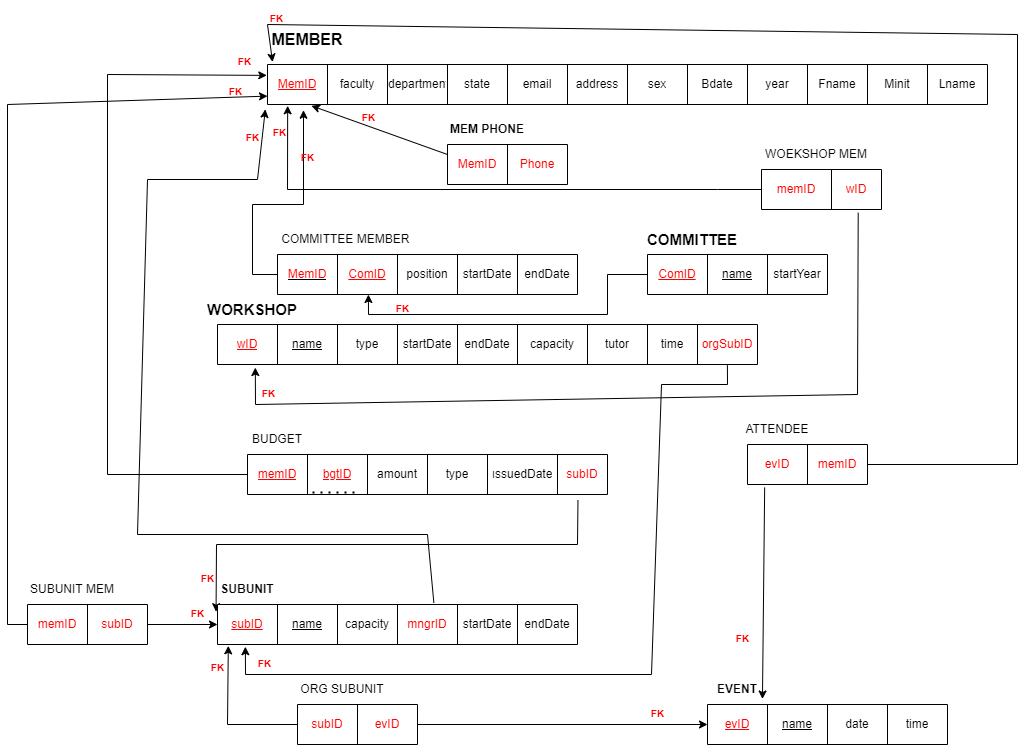
This is Diagrams/Schema.png from RadwanH/University-Club-Membership, a draw.io export, as it was before one commit. Source tidied: cells renumbered, new cells last; positions are measured from the earlier drawing's top-left corner, leaving out a move shared by most shapes.
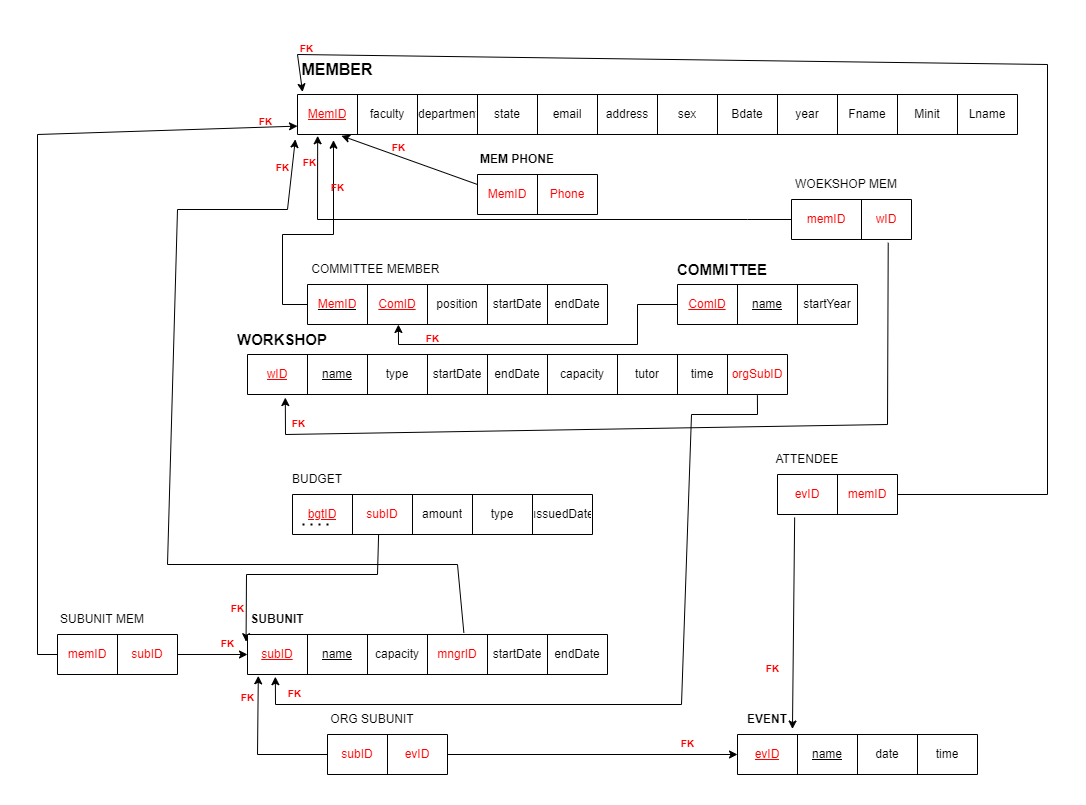
Above is the later version.

What changed in the source:
```diff
@@ -39,25 +39,14 @@
     <mxCell id="9" value="&lt;font style=&quot;font-size: 10px&quot;&gt;FK&lt;/font&gt;" style="text;strokeColor=none;fillColor=none;html=1;fontSize=24;fontStyle=1;verticalAlign=middle;align=center;fontColor=#FF0000;" parent="1" vertex="1">
       <mxGeometry x="235" y="124" width="20" height="10" as="geometry" />
     </mxCell>
-    <mxCell id="10" style="endArrow=classic;html=1;rounded=0;fontSize=10;fontColor=#FF0000;exitX=0.918;exitY=1.14;exitDx=0;exitDy=0;exitPerimeter=0;entryX=-0.004;entryY=0.179;entryDx=0;entryDy=0;entryPerimeter=0;" parent="1" edge="1" source="62" target="73">
+    <mxCell id="10" style="endArrow=classic;html=1;rounded=0;fontSize=10;fontColor=#FF0000;exitX=0.287;exitY=1;exitDx=0;exitDy=0;exitPerimeter=0;entryX=-0.004;entryY=0.179;entryDx=0;entryDy=0;entryPerimeter=0;" parent="1" edge="1" source="138" target="73">
       <mxGeometry relative="1" as="geometry">
         <Array as="points">
-          <mxPoint x="570" y="540" />
+          <mxPoint x="340" y="540" />
           <mxPoint x="209" y="540" />
         </Array>
       </mxGeometry>
     </mxCell>
-    <mxCell id="11" style="endArrow=classic;html=1;rounded=0;fontSize=10;fontColor=#FF0000;exitX=0;exitY=0.5;exitDx=0;exitDy=0;entryX=-0.001;entryY=0.272;entryDx=0;entryDy=0;entryPerimeter=0;" parent="1" edge="1" source="62" target="25">
-      <mxGeometry relative="1" as="geometry">
-        <Array as="points">
-          <mxPoint x="100" y="470" />
-          <mxPoint x="100" y="70" />
-        </Array>
-      </mxGeometry>
-    </mxCell>
-    <mxCell id="12" value="&lt;font style=&quot;font-size: 10px&quot;&gt;FK&lt;/font&gt;" style="text;strokeColor=none;fillColor=none;html=1;fontSize=24;fontStyle=1;verticalAlign=middle;align=center;fontColor=#FF0000;" parent="1" vertex="1">
-      <mxGeometry x="227" y="43" width="20" height="20" as="geometry" />
-    </mxCell>
     <mxCell id="13" value="&lt;font style=&quot;font-size: 10px&quot;&gt;FK&lt;/font&gt;" style="text;strokeColor=none;fillColor=none;html=1;fontSize=24;fontStyle=1;verticalAlign=middle;align=center;fontColor=#FF0000;" parent="1" vertex="1">
       <mxGeometry x="200" y="649" width="20" height="20" as="geometry" />
     </mxCell>
@@ -220,42 +209,6 @@
     <mxCell id="59" value="&lt;span style=&quot;color: rgb(255 , 0 , 0)&quot;&gt;orgSubID&lt;/span&gt;" style="shape=partialRectangle;html=1;whiteSpace=wrap;overflow=hidden;fillColor=none;top=0;left=0;bottom=0;right=0;fontColor=#000000;" parent="50" vertex="1">
       <mxGeometry x="480" width="60" height="40" as="geometry" />
     </mxCell>
-    <mxCell id="60" style="group;" parent="1" vertex="1">
-      <mxGeometry x="240" y="420" width="360" height="70" as="geometry" />
-    </mxCell>
-    <mxCell id="61" style="shape=table;startSize=0;fontColor=#000000;" parent="60" vertex="1">
-      <mxGeometry y="30" width="360" height="40" as="geometry" />
-    </mxCell>
-    <mxCell id="62" style="shape=tableRow;horizontal=0;startSize=0;swimlaneHead=0;swimlaneBody=0;top=0;left=0;bottom=0;right=0;fillColor=none;points=[[0,0.5],[1,0.5]];portConstraint=eastwest;fontColor=#000000;" parent="61" vertex="1">
-      <mxGeometry width="360" height="40" as="geometry" />
-    </mxCell>
-    <mxCell id="63" value="&lt;font color=&quot;#ff0000&quot;&gt;&lt;u&gt;memID&lt;/u&gt;&lt;/font&gt;" style="shape=partialRectangle;html=1;whiteSpace=wrap;overflow=hidden;fillColor=none;top=0;left=0;bottom=0;right=0;fontColor=#000000;" parent="62" vertex="1">
-      <mxGeometry width="60" height="40" as="geometry" />
-    </mxCell>
-    <mxCell id="64" value="&lt;u&gt;&lt;font color=&quot;#ff0000&quot;&gt;bgtID&lt;/font&gt;&lt;/u&gt;" style="shape=partialRectangle;html=1;whiteSpace=wrap;overflow=hidden;fillColor=none;top=0;left=0;bottom=0;right=0;fontColor=#000000;" parent="62" vertex="1">
-      <mxGeometry x="60" width="60" height="40" as="geometry" />
-    </mxCell>
-    <mxCell id="65" value="amount" style="shape=partialRectangle;html=1;whiteSpace=wrap;overflow=hidden;fillColor=none;top=0;left=0;bottom=0;right=0;fontColor=#000000;" parent="62" vertex="1">
-      <mxGeometry x="120" width="60" height="40" as="geometry" />
-    </mxCell>
-    <mxCell id="66" value="type" style="shape=partialRectangle;html=1;whiteSpace=wrap;overflow=hidden;fillColor=none;top=0;left=0;bottom=0;right=0;fontColor=#000000;" parent="62" vertex="1">
-      <mxGeometry x="180" width="60" height="40" as="geometry" />
-    </mxCell>
-    <mxCell id="67" value="ıssuedDate" style="shape=partialRectangle;html=1;whiteSpace=wrap;overflow=hidden;fillColor=none;top=0;left=0;bottom=0;right=0;fontColor=#000000;" parent="62" vertex="1">
-      <mxGeometry x="240" width="70" height="40" as="geometry" />
-    </mxCell>
-    <mxCell id="68" value="subID" style="shape=partialRectangle;html=1;whiteSpace=wrap;overflow=hidden;fillColor=none;top=0;left=0;bottom=0;right=0;fontColor=#FF0000;" parent="62" vertex="1">
-      <mxGeometry x="310" width="50" height="40" as="geometry" />
-    </mxCell>
-    <mxCell id="69" value="BUDGET" style="text;html=1;strokeColor=none;fillColor=none;align=center;verticalAlign=middle;whiteSpace=wrap;rounded=0;fontColor=#000000;" parent="60" vertex="1">
-      <mxGeometry width="60" height="30" as="geometry" />
-    </mxCell>
-    <mxCell id="70" style="endArrow=none;dashed=1;html=1;dashPattern=1 3;strokeWidth=2;rounded=0;fontColor=#FF0000;" parent="60" edge="1">
-      <mxGeometry relative="1" as="geometry">
-        <mxPoint x="65" y="68" as="sourcePoint" />
-        <mxPoint x="108" y="68" as="targetPoint" />
-      </mxGeometry>
-    </mxCell>
     <mxCell id="71" style="group;" parent="1" vertex="1">
       <mxGeometry x="210" y="570" width="360" height="70" as="geometry" />
     </mxCell>
@@ -470,5 +423,38 @@
     <mxCell id="135" value="&lt;font style=&quot;font-size: 10px&quot;&gt;FK&lt;/font&gt;" style="text;strokeColor=none;fillColor=none;html=1;fontSize=24;fontStyle=1;verticalAlign=middle;align=center;fontColor=#FF0000;" parent="1" vertex="1">
       <mxGeometry x="385" y="295" width="20" height="10" as="geometry" />
     </mxCell>
+    <mxCell id="136" style="group;" parent="1" vertex="1">
+      <mxGeometry x="250" y="430" width="305" height="70" as="geometry" />
+    </mxCell>
+    <mxCell id="137" style="shape=table;startSize=0;" parent="136" vertex="1">
+      <mxGeometry x="5" y="30" width="300" height="40" as="geometry" />
+    </mxCell>
+    <mxCell id="138" style="shape=tableRow;horizontal=0;startSize=0;swimlaneHead=0;swimlaneBody=0;top=0;left=0;bottom=0;right=0;fillColor=none;points=[[0,0.5],[1,0.5]];portConstraint=eastwest;" parent="137" vertex="1">
+      <mxGeometry width="300" height="40" as="geometry" />
+    </mxCell>
+    <mxCell id="64" value="&lt;u&gt;&lt;font color=&quot;#ff0000&quot;&gt;bgtID&lt;/font&gt;&lt;/u&gt;" style="shape=partialRectangle;html=1;whiteSpace=wrap;overflow=hidden;fillColor=none;top=0;left=0;bottom=0;right=0;" parent="138" vertex="1">
+      <mxGeometry width="60" height="40" as="geometry" />
+    </mxCell>
+    <mxCell id="68" value="&lt;span style=&quot;color: rgb(255 , 0 , 0)&quot;&gt;subID&lt;/span&gt;" style="shape=partialRectangle;html=1;whiteSpace=wrap;overflow=hidden;fillColor=none;top=0;left=0;bottom=0;right=0;" parent="138" vertex="1">
+      <mxGeometry x="60" width="60" height="40" as="geometry" />
+    </mxCell>
+    <mxCell id="65" value="&lt;span&gt;amount&lt;/span&gt;" style="shape=partialRectangle;html=1;whiteSpace=wrap;overflow=hidden;fillColor=none;top=0;left=0;bottom=0;right=0;" parent="138" vertex="1">
+      <mxGeometry x="120" width="60" height="40" as="geometry" />
+    </mxCell>
+    <mxCell id="66" value="&lt;span&gt;type&lt;/span&gt;" style="shape=partialRectangle;html=1;whiteSpace=wrap;overflow=hidden;fillColor=none;top=0;left=0;bottom=0;right=0;" parent="138" vertex="1">
+      <mxGeometry x="180" width="60" height="40" as="geometry" />
+    </mxCell>
+    <mxCell id="67" value="&lt;span&gt;ıssuedDate&lt;/span&gt;" style="shape=partialRectangle;html=1;whiteSpace=wrap;overflow=hidden;fillColor=none;top=0;left=0;bottom=0;right=0;" parent="138" vertex="1">
+      <mxGeometry x="240" width="60" height="40" as="geometry" />
+    </mxCell>
+    <mxCell id="69" value="BUDGET" style="text;html=1;strokeColor=none;fillColor=none;align=center;verticalAlign=middle;whiteSpace=wrap;rounded=0;fontColor=#000000;" parent="136" vertex="1">
+      <mxGeometry width="60" height="30" as="geometry" />
+    </mxCell>
+    <mxCell id="139" style="endArrow=none;dashed=1;html=1;dashPattern=1 3;strokeWidth=2;rounded=0;" parent="136" edge="1">
+      <mxGeometry relative="1" as="geometry">
+        <mxPoint x="15" y="60" as="sourcePoint" />
+        <mxPoint x="45" y="60" as="targetPoint" />
+      </mxGeometry>
+    </mxCell>
   </root>
 </mxGraphModel>
```
